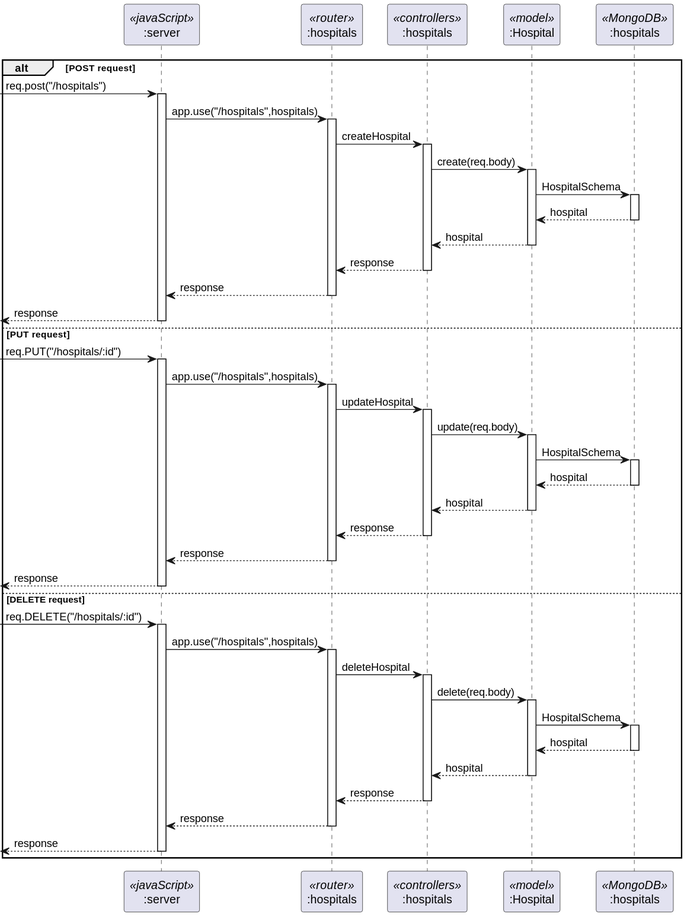
The PlantUML diagram sequence_diagram.svg in priasdevo/SWdevpracAssgin04, before a commit. The source it was exported from:
```plantuml
@startuml
participant ":server" as ser  << javaScript >>
participant ":hospitals" as hos  << router >>
participant ":hospitals" as con  << controllers >>
participant ":Hospital" as mod  << model >>
participant ":hospitals" as db  << MongoDB >>




alt POST request
    -> ser: req.post("/hospitals")
    activate ser
    ser -> hos: app.use("/hospitals",hospitals)
    activate hos
    hos -> con: createHospital
    activate con
    con -> mod: create(req.body)
    activate mod
    mod -> db: HospitalSchema
    activate db
    db --> mod: hospital
    deactivate db
    mod --> con: hospital
    deactivate mod
    con --> hos: response
    deactivate con
    hos --> ser: response
    deactivate hos
    <-- ser: response
    deactivate ser
else PUT request
    -> ser: req.PUT("/hospitals/:id")
    activate ser
    ser -> hos: app.use("/hospitals",hospitals)
    activate hos
    hos -> con: updateHospital
    activate con
    con -> mod: update(req.body)
    activate mod
    mod -> db: HospitalSchema
    activate db
    db --> mod: hospital
    deactivate db
    mod --> con: hospital
    deactivate mod
    con --> hos: response
    deactivate con
    hos --> ser: response
    deactivate hos
    <-- ser: response
    deactivate ser
else DELETE request
    -> ser: req.DELETE("/hospitals/:id")
    activate ser
    ser -> hos: app.use("/hospitals",hospitals)
    activate hos
    hos -> con: deleteHospital
    activate con
    con -> mod: delete(req.body)
    activate mod
    mod -> db: HospitalSchema
    activate db
    db --> mod: hospital
    deactivate db
    mod --> con: hospital
    deactivate mod
    con --> hos: response
    deactivate con
    hos --> ser: response
    deactivate hos
    <-- ser: response
    deactivate ser
end



@enduml
```
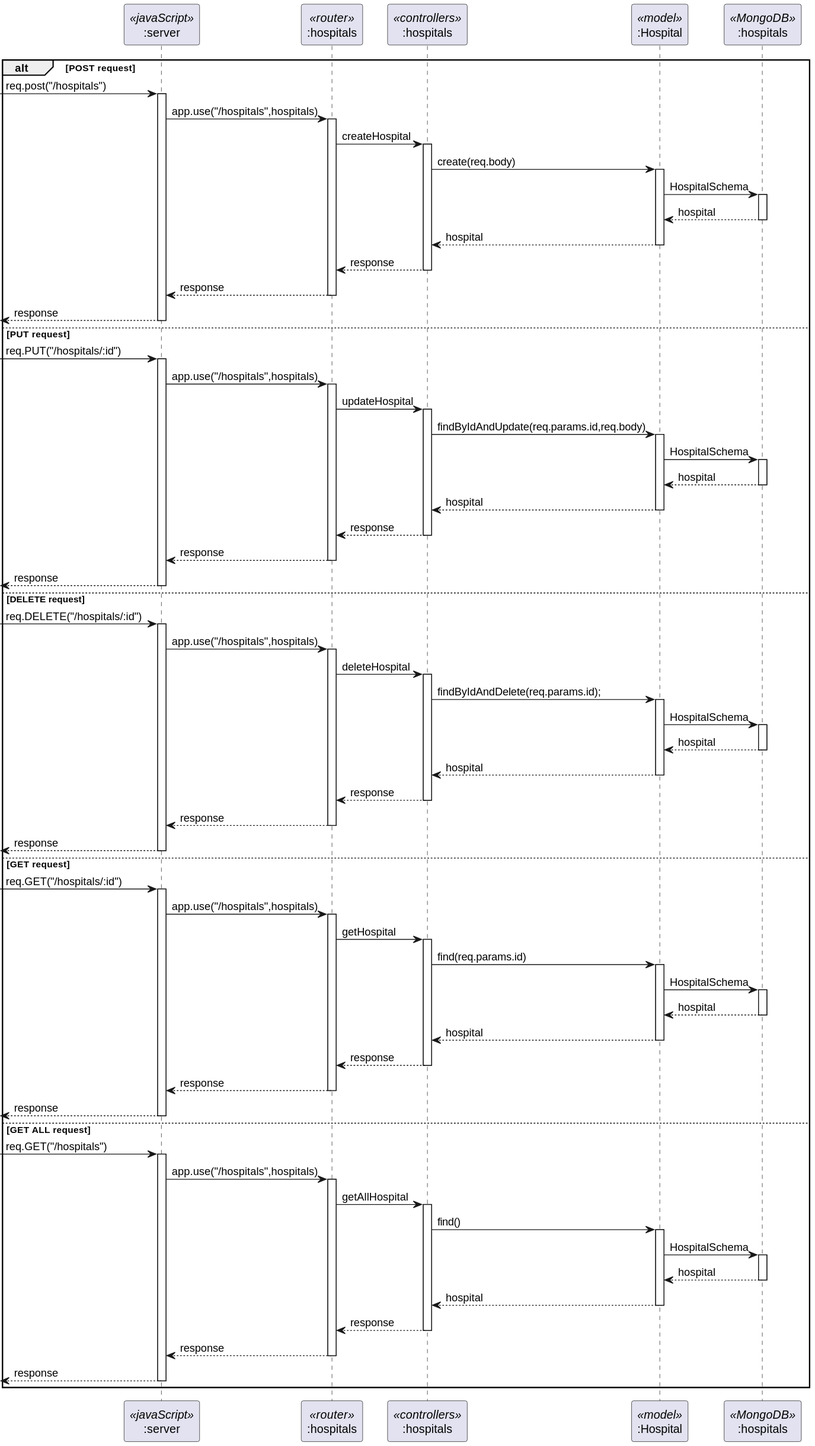
After the change.

What changed in the source:
```diff
@@ -36,7 +36,7 @@
     activate hos
     hos -> con: updateHospital
     activate con
-    con -> mod: update(req.body)
+    con -> mod: findByIdAndUpdate(req.params.id,req.body)
     activate mod
     mod -> db: HospitalSchema
     activate db
@@ -57,7 +57,49 @@
     activate hos
     hos -> con: deleteHospital
     activate con
-    con -> mod: delete(req.body)
+    con -> mod: findByIdAndDelete(req.params.id);
+    activate mod
+    mod -> db: HospitalSchema
+    activate db
+    db --> mod: hospital
+    deactivate db
+    mod --> con: hospital
+    deactivate mod
+    con --> hos: response
+    deactivate con
+    hos --> ser: response
+    deactivate hos
+    <-- ser: response
+    deactivate ser
+else GET request
+    -> ser: req.GET("/hospitals/:id")
+    activate ser
+    ser -> hos: app.use("/hospitals",hospitals)
+    activate hos
+    hos -> con: getHospital
+    activate con
+    con -> mod: find(req.params.id)
+    activate mod
+    mod -> db: HospitalSchema
+    activate db
+    db --> mod: hospital
+    deactivate db
+    mod --> con: hospital
+    deactivate mod
+    con --> hos: response
+    deactivate con
+    hos --> ser: response
+    deactivate hos
+    <-- ser: response
+    deactivate ser
+else GET ALL request
+    -> ser: req.GET("/hospitals")
+    activate ser
+    ser -> hos: app.use("/hospitals",hospitals)
+    activate hos
+    hos -> con: getAllHospital
+    activate con
+    con -> mod: find()
     activate mod
     mod -> db: HospitalSchema
     activate db
```
